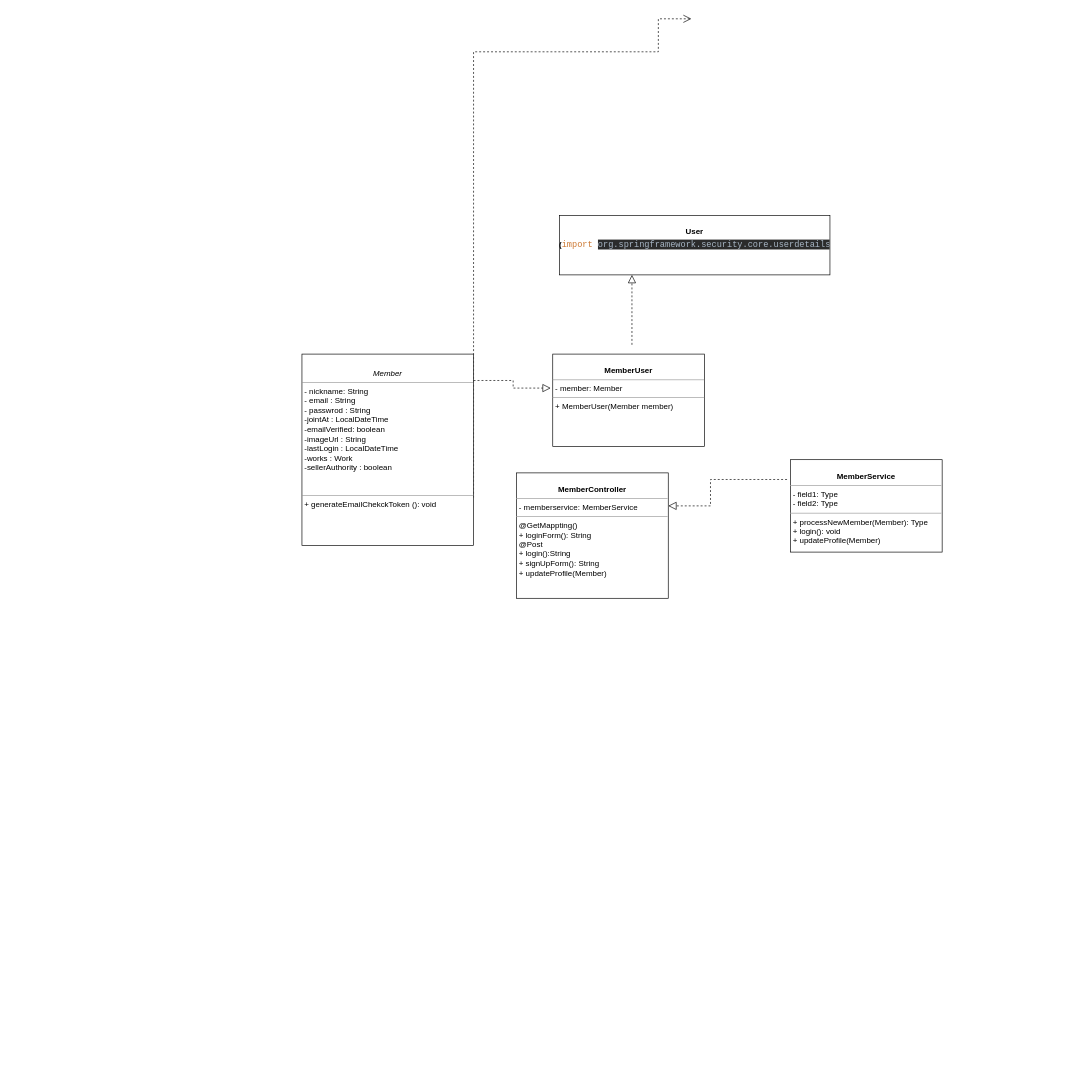
The draw.io diagram ClassDiagram.drawio in hek316/temp, before the edit. Source tidied: cells renumbered, new cells numbered last; positions are measured from the earlier drawing's top-left corner, leaving out a move shared by most shapes. Both pictures are drawn from the tidied source at 66%, with x=0, y=0 at pixel (302, 18).
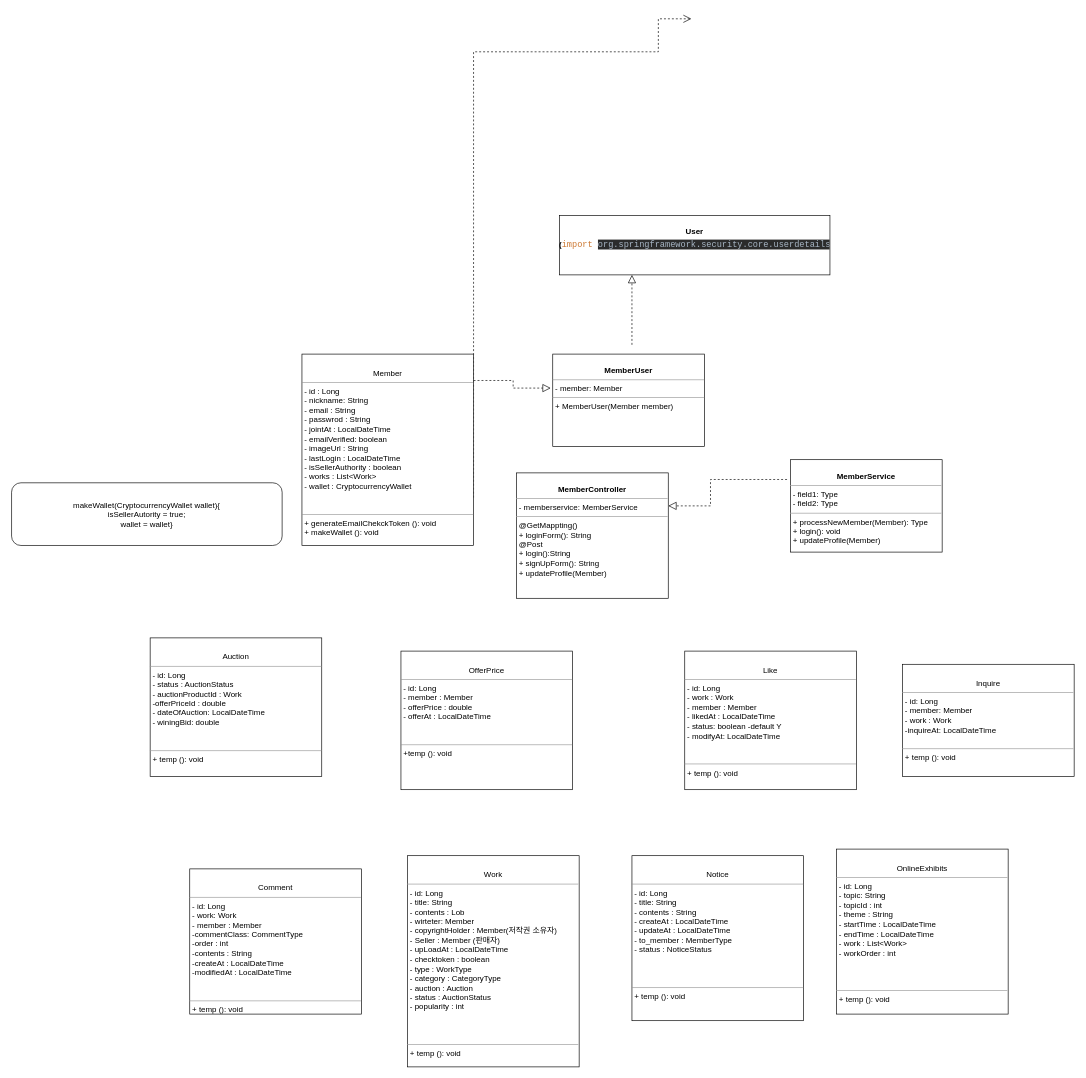
Above is the later version.

Diff of the diagram source:
```diff
@@
-    <mxCell id="3" value="&lt;p style=&quot;margin: 0px ; margin-top: 4px ; text-align: center&quot;&gt;&lt;br&gt;&lt;/p&gt;&lt;p style=&quot;margin: 0px ; margin-top: 4px ; text-align: center&quot;&gt;&lt;i&gt;Member&lt;/i&gt;&lt;/p&gt;&lt;hr size=&quot;1&quot;&gt;&lt;p style=&quot;margin: 0px ; margin-left: 4px&quot;&gt;- nickname: String&lt;br&gt;- email : String&lt;/p&gt;&lt;p style=&quot;margin: 0px ; margin-left: 4px&quot;&gt;- passwrod : String&lt;/p&gt;&lt;p style=&quot;margin: 0px ; margin-left: 4px&quot;&gt;-jointAt : LocalDateTime&lt;/p&gt;&lt;p style=&quot;margin: 0px ; margin-left: 4px&quot;&gt;-emailVerified: boolean&lt;/p&gt;&lt;p style=&quot;margin: 0px ; margin-left: 4px&quot;&gt;-imageUrl : String&lt;/p&gt;&lt;p style=&quot;margin: 0px ; margin-left: 4px&quot;&gt;-lastLogin : LocalDateTime&lt;/p&gt;&lt;p style=&quot;margin: 0px ; margin-left: 4px&quot;&gt;-works : Work&lt;/p&gt;&lt;p style=&quot;margin: 0px ; margin-left: 4px&quot;&gt;-sellerAuthority : boolean&lt;/p&gt;&lt;p style=&quot;margin: 0px ; margin-left: 4px&quot;&gt;&lt;br&gt;&lt;/p&gt;&lt;p style=&quot;margin: 0px ; margin-left: 4px&quot;&gt;&lt;br&gt;&lt;/p&gt;&lt;hr size=&quot;1&quot;&gt;&lt;p style=&quot;margin: 0px ; margin-left: 4px&quot;&gt;+ generateEmailChekckToken (): void&lt;br&gt;&lt;br&gt;&lt;/p&gt;" style="verticalAlign=top;align=left;overflow=fill;fontSize=12;fontFamily=Helvetica;html=1;rounded=0;shadow=0;comic=0;labelBackgroundColor=none;strokeWidth=1;" parent="1" vertex="1">
+    <mxCell id="3" value="&lt;p style=&quot;margin: 0px ; margin-top: 4px ; text-align: center&quot;&gt;&lt;br&gt;&lt;/p&gt;&lt;p style=&quot;margin: 0px ; margin-top: 4px ; text-align: center&quot;&gt;Member&lt;/p&gt;&lt;hr size=&quot;1&quot;&gt;&lt;p style=&quot;margin: 0px ; margin-left: 4px&quot;&gt;- id : Long&lt;/p&gt;&lt;p style=&quot;margin: 0px ; margin-left: 4px&quot;&gt;- nickname: String&lt;/p&gt;&lt;p style=&quot;margin: 0px ; margin-left: 4px&quot;&gt;- email : String&lt;/p&gt;&lt;p style=&quot;margin: 0px ; margin-left: 4px&quot;&gt;- passwrod : String&lt;/p&gt;&lt;p style=&quot;margin: 0px ; margin-left: 4px&quot;&gt;- jointAt : LocalDateTime&lt;/p&gt;&lt;p style=&quot;margin: 0px ; margin-left: 4px&quot;&gt;- emailVerified: boolean&lt;/p&gt;&lt;p style=&quot;margin: 0px ; margin-left: 4px&quot;&gt;- imageUrl : String&lt;/p&gt;&lt;p style=&quot;margin: 0px ; margin-left: 4px&quot;&gt;- lastLogin : LocalDateTime&lt;/p&gt;&lt;p style=&quot;margin: 0px ; margin-left: 4px&quot;&gt;- isSellerAuthority : boolean&lt;/p&gt;&lt;p style=&quot;margin: 0px ; margin-left: 4px&quot;&gt;- works : List&amp;lt;Work&amp;gt;&lt;br&gt;&lt;/p&gt;&lt;p style=&quot;margin: 0px ; margin-left: 4px&quot;&gt;- wallet : CryptocurrencyWallet&lt;/p&gt;&lt;p style=&quot;margin: 0px ; margin-left: 4px&quot;&gt;&lt;br&gt;&lt;/p&gt;&lt;p style=&quot;margin: 0px ; margin-left: 4px&quot;&gt;&lt;br&gt;&lt;/p&gt;&lt;hr size=&quot;1&quot;&gt;&lt;p style=&quot;margin: 0px ; margin-left: 4px&quot;&gt;+ generateEmailChekckToken (): void&lt;/p&gt;&lt;p style=&quot;margin: 0px ; margin-left: 4px&quot;&gt;+ makeWallet (): void&lt;br&gt;&lt;br&gt;&lt;/p&gt;" style="verticalAlign=top;align=left;overflow=fill;fontSize=12;fontFamily=Helvetica;html=1;rounded=0;shadow=0;comic=0;labelBackgroundColor=none;strokeWidth=1;" parent="1" vertex="1">
       <mxGeometry y="508" width="260" height="290" as="geometry" />
     </mxCell>
@@
+    <mxCell id="11" value="&lt;p style=&quot;margin: 0px ; margin-top: 4px ; text-align: center&quot;&gt;&lt;br&gt;&lt;/p&gt;&lt;p style=&quot;margin: 0px ; margin-top: 4px ; text-align: center&quot;&gt;Auction&lt;/p&gt;&lt;hr size=&quot;1&quot;&gt;&lt;p style=&quot;margin: 0px ; margin-left: 4px&quot;&gt;- id: Long&lt;br&gt;- status : AuctionStatus&lt;/p&gt;&lt;p style=&quot;margin: 0px ; margin-left: 4px&quot;&gt;- auctionProductId : Work&lt;/p&gt;&lt;p style=&quot;margin: 0px ; margin-left: 4px&quot;&gt;-offerPriceId : double&lt;/p&gt;&lt;p style=&quot;margin: 0px ; margin-left: 4px&quot;&gt;- dateOfAuction: LocalDateTime&lt;/p&gt;&lt;p style=&quot;margin: 0px ; margin-left: 4px&quot;&gt;- winingBid: double&lt;/p&gt;&lt;p style=&quot;margin: 0px ; margin-left: 4px&quot;&gt;&lt;br&gt;&lt;/p&gt;&lt;p style=&quot;margin: 0px ; margin-left: 4px&quot;&gt;&lt;br&gt;&lt;/p&gt;&lt;hr size=&quot;1&quot;&gt;&lt;p style=&quot;margin: 0px ; margin-left: 4px&quot;&gt;+ temp (): void&lt;br&gt;&lt;br&gt;&lt;/p&gt;" style="verticalAlign=top;align=left;overflow=fill;fontSize=12;fontFamily=Helvetica;html=1;rounded=0;shadow=0;comic=0;labelBackgroundColor=none;strokeWidth=1;" parent="1" vertex="1">
+      <mxGeometry x="-230" y="938" width="260" height="210" as="geometry" />
+    </mxCell>
+    <mxCell id="12" value="&lt;p style=&quot;margin: 0px ; margin-top: 4px ; text-align: center&quot;&gt;&lt;br&gt;&lt;/p&gt;&lt;p style=&quot;margin: 0px ; margin-top: 4px ; text-align: center&quot;&gt;Like&lt;/p&gt;&lt;hr size=&quot;1&quot;&gt;&lt;p style=&quot;margin: 0px ; margin-left: 4px&quot;&gt;- id: Long&lt;br&gt;- work : Work&lt;/p&gt;&lt;p style=&quot;margin: 0px ; margin-left: 4px&quot;&gt;- member : Member&lt;/p&gt;&lt;p style=&quot;margin: 0px ; margin-left: 4px&quot;&gt;- likedAt : LocalDateTime&lt;/p&gt;&lt;p style=&quot;margin: 0px ; margin-left: 4px&quot;&gt;- status: boolean -default Y&lt;/p&gt;&lt;p style=&quot;margin: 0px ; margin-left: 4px&quot;&gt;- modifyAt: LocalDateTime&lt;/p&gt;&lt;p style=&quot;margin: 0px ; margin-left: 4px&quot;&gt;&lt;br&gt;&lt;/p&gt;&lt;p style=&quot;margin: 0px ; margin-left: 4px&quot;&gt;&lt;br&gt;&lt;/p&gt;&lt;hr size=&quot;1&quot;&gt;&lt;p style=&quot;margin: 0px ; margin-left: 4px&quot;&gt;+ temp (): void&lt;br&gt;&lt;br&gt;&lt;/p&gt;" style="verticalAlign=top;align=left;overflow=fill;fontSize=12;fontFamily=Helvetica;html=1;rounded=0;shadow=0;comic=0;labelBackgroundColor=none;strokeWidth=1;" parent="1" vertex="1">
+      <mxGeometry x="580" y="958" width="260" height="210" as="geometry" />
+    </mxCell>
+    <mxCell id="13" value="makeWallet(&lt;span&gt;CryptocurrencyWallet&lt;/span&gt;&amp;nbsp;wallet){&lt;br&gt;isSellerAutority = true;&lt;br&gt;wallet = wallet}" style="rounded=1;whiteSpace=wrap;html=1;" parent="1" vertex="1">
+      <mxGeometry x="-440" y="703" width="410" height="95" as="geometry" />
+    </mxCell>
+    <mxCell id="14" value="&lt;p style=&quot;margin: 0px ; margin-top: 4px ; text-align: center&quot;&gt;&lt;br&gt;&lt;/p&gt;&lt;p style=&quot;margin: 0px ; margin-top: 4px ; text-align: center&quot;&gt;Inquire&lt;/p&gt;&lt;hr size=&quot;1&quot;&gt;&lt;p style=&quot;margin: 0px ; margin-left: 4px&quot;&gt;- id: Long&lt;br&gt;- member: Member&lt;/p&gt;&lt;p style=&quot;margin: 0px ; margin-left: 4px&quot;&gt;- work : Work&lt;/p&gt;&lt;p style=&quot;margin: 0px ; margin-left: 4px&quot;&gt;-inquireAt: LocalDateTime&lt;/p&gt;&lt;p style=&quot;margin: 0px ; margin-left: 4px&quot;&gt;&lt;br&gt;&lt;/p&gt;&lt;hr size=&quot;1&quot;&gt;&lt;p style=&quot;margin: 0px ; margin-left: 4px&quot;&gt;+ temp (): void&lt;br&gt;&lt;br&gt;&lt;/p&gt;" style="verticalAlign=top;align=left;overflow=fill;fontSize=12;fontFamily=Helvetica;html=1;rounded=0;shadow=0;comic=0;labelBackgroundColor=none;strokeWidth=1;" parent="1" vertex="1">
+      <mxGeometry x="910" y="978" width="260" height="170" as="geometry" />
+    </mxCell>
+    <mxCell id="15" value="&lt;p style=&quot;margin: 0px ; margin-top: 4px ; text-align: center&quot;&gt;&lt;br&gt;&lt;/p&gt;&lt;p style=&quot;margin: 0px ; margin-top: 4px ; text-align: center&quot;&gt;OfferPrice&lt;/p&gt;&lt;hr size=&quot;1&quot;&gt;&lt;p style=&quot;margin: 0px ; margin-left: 4px&quot;&gt;- id: Long&lt;br&gt;- member : Member&lt;/p&gt;&lt;p style=&quot;margin: 0px ; margin-left: 4px&quot;&gt;- offerPrice : double&lt;/p&gt;&lt;p style=&quot;margin: 0px ; margin-left: 4px&quot;&gt;- offerAt : LocalDateTime&lt;/p&gt;&lt;p style=&quot;margin: 0px ; margin-left: 4px&quot;&gt;&lt;br&gt;&lt;/p&gt;&lt;p style=&quot;margin: 0px ; margin-left: 4px&quot;&gt;&lt;br&gt;&lt;/p&gt;&lt;hr size=&quot;1&quot;&gt;&lt;p style=&quot;margin: 0px ; margin-left: 4px&quot;&gt;+temp (): void&lt;br&gt;&lt;br&gt;&lt;/p&gt;" style="verticalAlign=top;align=left;overflow=fill;fontSize=12;fontFamily=Helvetica;html=1;rounded=0;shadow=0;comic=0;labelBackgroundColor=none;strokeWidth=1;" parent="1" vertex="1">
+      <mxGeometry x="150" y="958" width="260" height="210" as="geometry" />
+    </mxCell>
+    <mxCell id="16" value="&lt;p style=&quot;margin: 0px ; margin-top: 4px ; text-align: center&quot;&gt;&lt;br&gt;&lt;/p&gt;&lt;p style=&quot;margin: 0px ; margin-top: 4px ; text-align: center&quot;&gt;Comment&lt;/p&gt;&lt;hr size=&quot;1&quot;&gt;&lt;p style=&quot;margin: 0px ; margin-left: 4px&quot;&gt;- id: Long&lt;br&gt;- work: Work&lt;/p&gt;&lt;p style=&quot;margin: 0px ; margin-left: 4px&quot;&gt;- member : Member&lt;/p&gt;&lt;p style=&quot;margin: 0px ; margin-left: 4px&quot;&gt;-commentClass: CommentType&lt;/p&gt;&lt;p style=&quot;margin: 0px ; margin-left: 4px&quot;&gt;-order : int&amp;nbsp;&lt;/p&gt;&lt;p style=&quot;margin: 0px ; margin-left: 4px&quot;&gt;-contents : String&lt;/p&gt;&lt;p style=&quot;margin: 0px ; margin-left: 4px&quot;&gt;-createAt : LocalDateTime&lt;/p&gt;&lt;p style=&quot;margin: 0px ; margin-left: 4px&quot;&gt;-modifiedAt : LocalDateTime&lt;/p&gt;&lt;p style=&quot;margin: 0px ; margin-left: 4px&quot;&gt;&lt;br&gt;&lt;/p&gt;&lt;p style=&quot;margin: 0px ; margin-left: 4px&quot;&gt;&lt;br&gt;&lt;/p&gt;&lt;hr size=&quot;1&quot;&gt;&lt;p style=&quot;margin: 0px ; margin-left: 4px&quot;&gt;+ temp (): void&lt;br&gt;&lt;br&gt;&lt;/p&gt;" style="verticalAlign=top;align=left;overflow=fill;fontSize=12;fontFamily=Helvetica;html=1;rounded=0;shadow=0;comic=0;labelBackgroundColor=none;strokeWidth=1;" parent="1" vertex="1">
+      <mxGeometry x="-170" y="1288" width="260" height="220" as="geometry" />
+    </mxCell>
+    <mxCell id="17" value="&lt;p style=&quot;margin: 0px ; margin-top: 4px ; text-align: center&quot;&gt;&lt;br&gt;&lt;/p&gt;&lt;p style=&quot;margin: 0px ; margin-top: 4px ; text-align: center&quot;&gt;Work&lt;/p&gt;&lt;hr size=&quot;1&quot;&gt;&lt;p style=&quot;margin: 0px ; margin-left: 4px&quot;&gt;- id: Long&lt;br&gt;- title: String&lt;/p&gt;&lt;p style=&quot;margin: 0px ; margin-left: 4px&quot;&gt;- contents : Lob&lt;/p&gt;&lt;p style=&quot;margin: 0px ; margin-left: 4px&quot;&gt;- wirteter: Member&lt;/p&gt;&lt;p style=&quot;margin: 0px ; margin-left: 4px&quot;&gt;- copyrightHolder : Member(저작권 소유자)&amp;nbsp;&lt;/p&gt;&lt;p style=&quot;margin: 0px ; margin-left: 4px&quot;&gt;- Seller : Member (판매자)&lt;/p&gt;&lt;p style=&quot;margin: 0px ; margin-left: 4px&quot;&gt;- upLoadAt : LocalDateTime&lt;/p&gt;&lt;p style=&quot;margin: 0px ; margin-left: 4px&quot;&gt;- checktoken : boolean&lt;/p&gt;&lt;p style=&quot;margin: 0px ; margin-left: 4px&quot;&gt;- type : WorkType&lt;/p&gt;&lt;p style=&quot;margin: 0px ; margin-left: 4px&quot;&gt;- category : CategoryType&lt;/p&gt;&lt;p style=&quot;margin: 0px ; margin-left: 4px&quot;&gt;- auction : Auction&lt;/p&gt;&lt;p style=&quot;margin: 0px ; margin-left: 4px&quot;&gt;- status : AuctionStatus&lt;/p&gt;&lt;p style=&quot;margin: 0px ; margin-left: 4px&quot;&gt;- popularity : int&lt;/p&gt;&lt;p style=&quot;margin: 0px ; margin-left: 4px&quot;&gt;&lt;br&gt;&lt;/p&gt;&lt;p style=&quot;margin: 0px ; margin-left: 4px&quot;&gt;&lt;br&gt;&lt;/p&gt;&lt;p style=&quot;margin: 0px ; margin-left: 4px&quot;&gt;&lt;br&gt;&lt;/p&gt;&lt;hr size=&quot;1&quot;&gt;&lt;p style=&quot;margin: 0px ; margin-left: 4px&quot;&gt;+ temp (): void&lt;br&gt;&lt;br&gt;&lt;/p&gt;" style="verticalAlign=top;align=left;overflow=fill;fontSize=12;fontFamily=Helvetica;html=1;rounded=0;shadow=0;comic=0;labelBackgroundColor=none;strokeWidth=1;" parent="1" vertex="1">
+      <mxGeometry x="160" y="1268" width="260" height="320" as="geometry" />
+    </mxCell>
+    <mxCell id="18" value="&lt;p style=&quot;margin: 0px ; margin-top: 4px ; text-align: center&quot;&gt;&lt;br&gt;&lt;/p&gt;&lt;p style=&quot;margin: 0px ; margin-top: 4px ; text-align: center&quot;&gt;Notice&lt;/p&gt;&lt;hr size=&quot;1&quot;&gt;&lt;p style=&quot;margin: 0px ; margin-left: 4px&quot;&gt;- id: Long&lt;br&gt;- title: String&lt;/p&gt;&lt;p style=&quot;margin: 0px ; margin-left: 4px&quot;&gt;- contents : String&lt;/p&gt;&lt;p style=&quot;margin: 0px ; margin-left: 4px&quot;&gt;- createAt : LocalDateTime&lt;/p&gt;&lt;p style=&quot;margin: 0px ; margin-left: 4px&quot;&gt;- updateAt : LocalDateTime&lt;/p&gt;&lt;p style=&quot;margin: 0px ; margin-left: 4px&quot;&gt;- to_member : MemberType&lt;/p&gt;&lt;p style=&quot;margin: 0px ; margin-left: 4px&quot;&gt;- status : NoticeStatus&lt;/p&gt;&lt;p style=&quot;margin: 0px ; margin-left: 4px&quot;&gt;&lt;br&gt;&lt;/p&gt;&lt;p style=&quot;margin: 0px ; margin-left: 4px&quot;&gt;&lt;br&gt;&lt;/p&gt;&lt;p style=&quot;margin: 0px ; margin-left: 4px&quot;&gt;&lt;br&gt;&lt;/p&gt;&lt;hr size=&quot;1&quot;&gt;&lt;p style=&quot;margin: 0px ; margin-left: 4px&quot;&gt;+ temp (): void&lt;br&gt;&lt;br&gt;&lt;/p&gt;" style="verticalAlign=top;align=left;overflow=fill;fontSize=12;fontFamily=Helvetica;html=1;rounded=0;shadow=0;comic=0;labelBackgroundColor=none;strokeWidth=1;" parent="1" vertex="1">
+      <mxGeometry x="500" y="1268" width="260" height="250" as="geometry" />
+    </mxCell>
+    <mxCell id="19" value="&lt;p style=&quot;margin: 0px ; margin-top: 4px ; text-align: center&quot;&gt;&lt;br&gt;&lt;/p&gt;&lt;p style=&quot;margin: 0px ; margin-top: 4px ; text-align: center&quot;&gt;OnlineExhibits&lt;/p&gt;&lt;hr size=&quot;1&quot;&gt;&lt;p style=&quot;margin: 0px ; margin-left: 4px&quot;&gt;- id: Long&lt;br&gt;- topic: String&lt;/p&gt;&lt;p style=&quot;margin: 0px ; margin-left: 4px&quot;&gt;- topicId : int&lt;/p&gt;&lt;p style=&quot;margin: 0px ; margin-left: 4px&quot;&gt;- theme : String&lt;/p&gt;&lt;p style=&quot;margin: 0px ; margin-left: 4px&quot;&gt;- startTime : LocalDateTime&lt;/p&gt;&lt;p style=&quot;margin: 0px ; margin-left: 4px&quot;&gt;- endTime : LocalDateTime&lt;/p&gt;&lt;p style=&quot;margin: 0px ; margin-left: 4px&quot;&gt;- work : List&amp;lt;Work&amp;gt;&lt;/p&gt;&lt;p style=&quot;margin: 0px ; margin-left: 4px&quot;&gt;- workOrder : int&lt;/p&gt;&lt;p style=&quot;margin: 0px ; margin-left: 4px&quot;&gt;&lt;br&gt;&lt;/p&gt;&lt;p style=&quot;margin: 0px ; margin-left: 4px&quot;&gt;&lt;br&gt;&lt;/p&gt;&lt;p style=&quot;margin: 0px ; margin-left: 4px&quot;&gt;&lt;br&gt;&lt;/p&gt;&lt;hr size=&quot;1&quot;&gt;&lt;p style=&quot;margin: 0px ; margin-left: 4px&quot;&gt;+ temp (): void&lt;br&gt;&lt;br&gt;&lt;/p&gt;" style="verticalAlign=top;align=left;overflow=fill;fontSize=12;fontFamily=Helvetica;html=1;rounded=0;shadow=0;comic=0;labelBackgroundColor=none;strokeWidth=1;" parent="1" vertex="1">
+      <mxGeometry x="810" y="1258" width="260" height="250" as="geometry" />
+    </mxCell>
```
